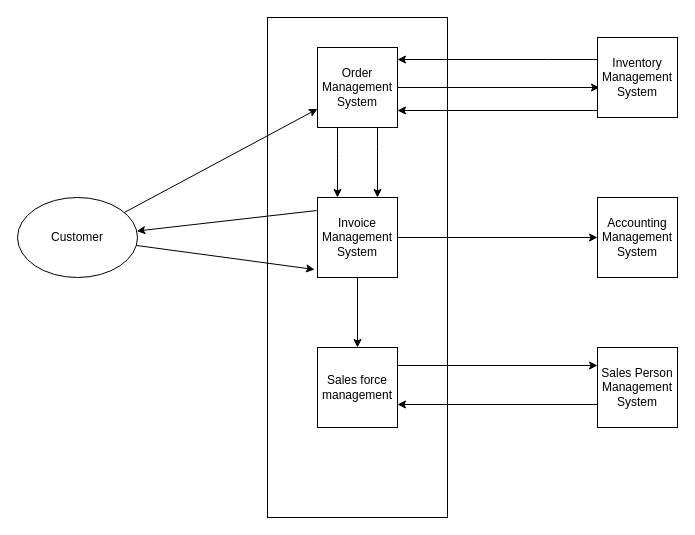
The draw.io diagram Diagram Flow DF.drawio in BorchaniMohamed/BI_PROJECT_PFE, before the edit. Source tidied: cells renumbered, new cells numbered last; positions are measured from the earlier drawing's top-left corner, leaving out a move shared by most shapes. Both pictures are drawn from the tidied source at 100%, with x=0, y=0 at pixel (17, 17).
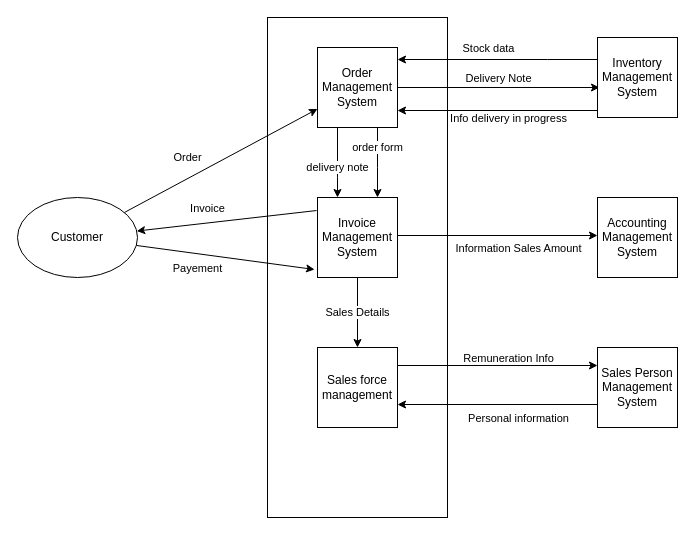
The same page after the edit.

Commit message (it also covers changes not shown here):
Mettre à jour Diagram Flow DF.drawio

Unchanged cells that the change refers to:
```xml
<mxCell id="2" value="Customer" style="ellipse;whiteSpace=wrap;html=1;" parent="1" vertex="1">
  <mxGeometry y="180" width="120" height="80" as="geometry" />
</mxCell>
<mxCell id="6" style="edgeStyle=orthogonalEdgeStyle;rounded=0;jettySize=auto;html=1;entryX=0.025;entryY=0.625;entryDx=0;entryDy=0;entryPerimeter=0;" parent="1" edge="1" source="7" target="15">
  <mxGeometry relative="1" as="geometry" />
</mxCell>
<mxCell id="7" value="Order Management System" style="whiteSpace=wrap;html=1;" parent="1" vertex="1">
  <mxGeometry x="300" y="30" width="80" height="80" as="geometry" />
</mxCell>
<mxCell id="10" value="Invoice Management System" style="whiteSpace=wrap;html=1;" parent="1" vertex="1">
  <mxGeometry x="300" y="180" width="80" height="80" as="geometry" />
</mxCell>
<mxCell id="11" style="edgeStyle=orthogonalEdgeStyle;rounded=0;orthogonalLoop=1;jettySize=auto;html=1;entryX=0;entryY=0.5;entryDx=0;entryDy=0;" parent="1" edge="1">
  <mxGeometry relative="1" as="geometry">
    <mxPoint x="380" y="348" as="sourcePoint" />
    <mxPoint x="580" y="348" as="targetPoint" />
  </mxGeometry>
</mxCell>
<mxCell id="12" value="Sales force management" style="whiteSpace=wrap;html=1;" parent="1" vertex="1">
  <mxGeometry x="300" y="330" width="80" height="80" as="geometry" />
</mxCell>
<mxCell id="13" style="edgeStyle=orthogonalEdgeStyle;rounded=0;orthogonalLoop=1;jettySize=auto;html=1;entryX=1;entryY=0.25;entryDx=0;entryDy=0;" parent="1" edge="1">
  <mxGeometry relative="1" as="geometry">
    <mxPoint x="580" y="42" as="sourcePoint" />
    <mxPoint x="380" y="42" as="targetPoint" />
    <Array as="points">
      <mxPoint x="530" y="42" />
      <mxPoint x="530" y="42" />
    </Array>
  </mxGeometry>
</mxCell>
<mxCell id="14" style="edgeStyle=orthogonalEdgeStyle;rounded=0;orthogonalLoop=1;jettySize=auto;html=1;entryX=1;entryY=0.375;entryDx=0;entryDy=0;entryPerimeter=0;" parent="1" edge="1">
  <mxGeometry relative="1" as="geometry">
    <mxPoint x="580" y="93" as="sourcePoint" />
    <mxPoint x="380" y="93" as="targetPoint" />
  </mxGeometry>
</mxCell>
<mxCell id="16" value="Accounting Management System" style="whiteSpace=wrap;html=1;" parent="1" vertex="1">
  <mxGeometry x="580" y="180" width="80" height="80" as="geometry" />
</mxCell>
<mxCell id="17" style="edgeStyle=orthogonalEdgeStyle;rounded=0;orthogonalLoop=1;jettySize=auto;html=1;" parent="1" edge="1">
  <mxGeometry relative="1" as="geometry">
    <mxPoint x="580" y="387" as="sourcePoint" />
    <mxPoint x="380" y="387" as="targetPoint" />
  </mxGeometry>
</mxCell>
<mxCell id="20" style="endArrow=classic;html=1;rounded=0;entryX=-0.037;entryY=0.9;entryDx=0;entryDy=0;entryPerimeter=0;" parent="1" edge="1" source="2" target="10">
  <mxGeometry relative="1" as="geometry" />
</mxCell>
<mxCell id="21" style="endArrow=classic;html=1;rounded=0;exitX=-0.012;exitY=0.163;exitDx=0;exitDy=0;exitPerimeter=0;" parent="1" edge="1" source="10" target="2">
  <mxGeometry relative="1" as="geometry" />
</mxCell>
```

Change to the diagram source:
```diff
@@
-    <mxCell id="4" style="edgeStyle=orthogonalEdgeStyle;rounded=0;jettySize=auto;html=1;" parent="1" edge="1" source="7" target="10">
-      <mxGeometry relative="1" as="geometry">
+    <mxCell id="4" value="delivery note" style="edgeStyle=orthogonalEdgeStyle;rounded=0;jettySize=auto;html=1;" parent="1" edge="1" source="7" target="10">
+      <mxGeometry x="0.14" relative="1" as="geometry">
         <Array as="points">
-          <mxPoint x="320" y="140" />
-          <mxPoint x="320" y="140" />
+          <mxPoint x="320" y="160" />
+          <mxPoint x="320" y="160" />
         </Array>
       </mxGeometry>
     </mxCell>
-    <mxCell id="5" style="edgeStyle=orthogonalEdgeStyle;rounded=0;jettySize=auto;html=1;entryX=0.75;entryY=0;entryDx=0;entryDy=0;" parent="1" edge="1" source="7" target="10">
-      <mxGeometry relative="1" as="geometry">
+    <mxCell id="5" value="order form" style="edgeStyle=orthogonalEdgeStyle;rounded=0;jettySize=auto;html=1;entryX=0.75;entryY=0;entryDx=0;entryDy=0;" parent="1" edge="1" source="7" target="10">
+      <mxGeometry x="-0.43" relative="1" as="geometry">
         <Array as="points">
-          <mxPoint x="360" y="130" />
-          <mxPoint x="360" y="130" />
+          <mxPoint x="360" y="150" />
+          <mxPoint x="360" y="150" />
         </Array>
       </mxGeometry>
     </mxCell>
@@
+    <mxCell id="22" value="Delivery Note" style="edgeLabel;html=1;align=center;verticalAlign=middle;" parent="6" vertex="1">
+      <mxGeometry x="-0.12" y="-2" relative="1" as="geometry">
+        <mxPoint x="11" y="-12" as="offset" />
+      </mxGeometry>
+    </mxCell>
@@
-    <mxCell id="8" style="edgeStyle=orthogonalEdgeStyle;rounded=0;jettySize=auto;html=1;entryX=0.5;entryY=0;entryDx=0;entryDy=0;" parent="1" edge="1" source="10" target="12">
+    <mxCell id="8" value="Sales Details" style="edgeStyle=orthogonalEdgeStyle;rounded=0;jettySize=auto;html=1;entryX=0.5;entryY=0;entryDx=0;entryDy=0;" parent="1" edge="1" source="10" target="12">
       <mxGeometry relative="1" as="geometry" />
     </mxCell>
-    <mxCell id="9" style="edgeStyle=orthogonalEdgeStyle;rounded=0;jettySize=auto;html=1;" parent="1" edge="1" source="10" target="16">
-      <mxGeometry relative="1" as="geometry" />
+    <mxCell id="9" style="edgeStyle=orthogonalEdgeStyle;rounded=0;orthogonalLoop=1;jettySize=auto;html=1;" parent="1" edge="1">
+      <mxGeometry relative="1" as="geometry">
+        <mxPoint x="380" y="218" as="sourcePoint" />
+        <mxPoint x="580" y="218" as="targetPoint" />
+      </mxGeometry>
     </mxCell>
+    <mxCell id="23" value="Information Sales Amount" style="edgeLabel;html=1;align=center;verticalAlign=middle;" parent="9" vertex="1">
+      <mxGeometry x="-0.15" y="3" relative="1" as="geometry">
+        <mxPoint x="35" y="15" as="offset" />
+      </mxGeometry>
+    </mxCell>
@@
+    <mxCell id="24" value="Remuneration Info" style="edgeLabel;html=1;align=center;verticalAlign=middle;" parent="11" vertex="1">
+      <mxGeometry x="0.13" y="-1" relative="1" as="geometry">
+        <mxPoint x="-3" y="-9" as="offset" />
+      </mxGeometry>
+    </mxCell>
@@
+    <mxCell id="25" value="Stock data" style="edgeLabel;html=1;align=center;verticalAlign=middle;" parent="13" vertex="1">
+      <mxGeometry x="0.19" y="1" relative="1" as="geometry">
+        <mxPoint x="9" y="-13" as="offset" />
+      </mxGeometry>
+    </mxCell>
@@
+    <mxCell id="26" value="Info delivery in progress" style="edgeLabel;html=1;align=center;verticalAlign=middle;" parent="14" vertex="1">
+      <mxGeometry x="0.12" relative="1" as="geometry">
+        <mxPoint x="22" y="7" as="offset" />
+      </mxGeometry>
+    </mxCell>
@@
+    <mxCell id="27" value="Personal information" style="edgeLabel;html=1;align=center;verticalAlign=middle;" parent="17" vertex="1">
+      <mxGeometry x="0.3" y="-2" relative="1" as="geometry">
+        <mxPoint x="50" y="15" as="offset" />
+      </mxGeometry>
+    </mxCell>
@@
-    <mxCell id="19" style="endArrow=classic;html=1;rounded=0;" parent="1" edge="1" source="2" target="7">
-      <mxGeometry relative="1" as="geometry" />
+    <mxCell id="19" value="Order" style="endArrow=classic;html=1;rounded=0;" parent="1" edge="1" source="2" target="7">
+      <mxGeometry x="-0.25" y="19" relative="1" as="geometry" />
     </mxCell>
@@
+    <mxCell id="28" value="Payement" style="edgeLabel;html=1;align=center;verticalAlign=middle;" parent="20" vertex="1">
+      <mxGeometry x="-0.14" y="-2" relative="1" as="geometry">
+        <mxPoint x="-15" y="10" as="offset" />
+      </mxGeometry>
+    </mxCell>
@@
+    <mxCell id="29" value="Invoice" style="edgeLabel;html=1;align=center;verticalAlign=middle;" parent="21" vertex="1">
+      <mxGeometry x="-0.19" relative="1" as="geometry">
+        <mxPoint x="-37" y="-11" as="offset" />
+      </mxGeometry>
+    </mxCell>
```
